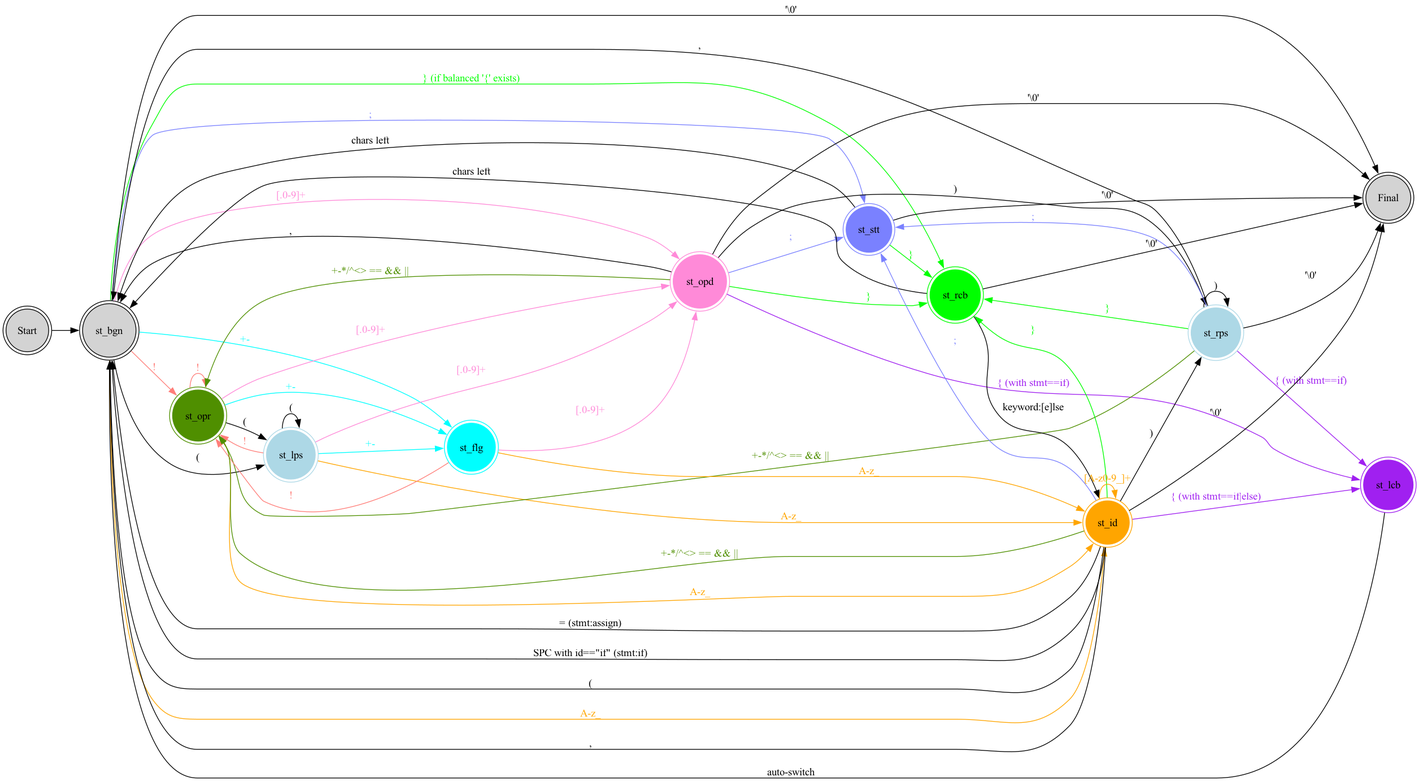
Above: state_transition.png in jacoolee/calc (Graphviz), before the change. Its source is kept beside it as state_transition.dot. Its diagram source:
```dot
digraph G {
    rankdir=LR;
    {
        st_start [shape=circle,peripheries=2,style=filled, label="Start"]
        st_bgn [shape=circle,peripheries=2,style=filled,label="st_bgn"]
        st_opr [shape=circle,peripheries=2,color="#4f8f00",style=filled,label="st_opr"]
        st_opd [shape=circle,peripheries=2,color="#ff8ad8",style=filled,label="st_opd"]
        st_lps [shape=circle,peripheries=2,color="lightblue",style=filled,label="st_lps"]
        st_rps [shape=circle,peripheries=2,color="lightblue",style=filled,label="st_rps"]
        st_lcb [shape=circle,peripheries=2,color="purple",style=filled,label="st_lcb"]
        st_rcb [shape=circle,peripheries=2,color="green",style=filled,label="st_rcb"]
        st_flg [shape=circle,peripheries=2,color="cyan",style=filled,label="st_flg"]
        st_id  [shape=circle,peripheries=2,color="orange",style=filled,label="st_id"]
        st_stt [shape=circle,peripheries=2,color="#7a81ff",style=filled,label="st_stt"] // statement terminal
        st_fin [shape=circle,peripheries=2,style=filled,label="Final"]

        st_start -> st_bgn;

        st_bgn -> st_opd[label="[.0-9]+", color="#ff8ad8", fontcolor="#ff8ad8"];
        st_bgn -> st_lps[label="("];
        st_bgn -> st_flg[label="+-",color="cyan",fontcolor="cyan"];
        st_bgn -> st_id[label="A-z_", color="orange", fontcolor="orange"];
        st_bgn -> st_opr[label="!",color="#ff7e79",fontcolor="#ff7e79"];
        st_bgn -> st_rcb[label="} (if balanced '{' exists)",color="green",fontcolor="green"];
        st_bgn -> st_stt[label=";",color="#7a81ff",fontcolor="#7a81ff"];
        st_bgn -> st_fin[label="'\\0'"];

        st_opd -> st_opr[label="+-*/^<> == && ||", color="#4f8f00", fontcolor="#4f8f00"];
        st_opd -> st_rps[label=")"];
        st_opd -> st_bgn[label=","];
        st_opd -> st_lcb[label="{ (with stmt==if)",color="purple",fontcolor="purple"];
        st_opd -> st_rcb[label="}",color="green",fontcolor="green"];
        st_opd -> st_stt[label=";",color="#7a81ff",fontcolor="#7a81ff"];
        st_opd -> st_fin[label="'\\0'"];

        st_opr -> st_opd[label="[.0-9]+", color="#ff8ad8", fontcolor="#ff8ad8"];
        st_opr -> st_lps[label="("];
        st_opr -> st_flg[label="+-",color="cyan",fontcolor="cyan"];
        st_opr -> st_id[label="A-z_", color="orange", fontcolor="orange"];
        st_opr -> st_opr[label="!",color="#ff7e79",fontcolor="#ff7e79"];

        st_lps -> st_opd[label="[.0-9]+", color="#ff8ad8", fontcolor="#ff8ad8"];
        st_lps -> st_lps[label="("];
        st_lps -> st_flg[label="+-",color="cyan",fontcolor="cyan"];
        st_lps -> st_id[label="A-z_", color="orange", fontcolor="orange"];
        st_lps -> st_opr[label="!",color="#ff7e79",fontcolor="#ff7e79"];

        st_rps -> st_opr[label="+-*/^<> == && ||", color="#4f8f00", fontcolor="#4f8f00"];
        st_rps -> st_rps[label=")"];
        st_rps -> st_bgn[label=","];
        st_rps -> st_lcb[label="{ (with stmt==if)",color="purple",fontcolor="purple"];
        st_rps -> st_rcb[label="}",color="green",fontcolor="green"];
        st_rps -> st_stt[label=";",color="#7a81ff",fontcolor="#7a81ff"];
        st_rps -> st_fin[label="'\\0'"];

        st_flg -> st_opd[label="[.0-9]+", color="#ff8ad8", fontcolor="#ff8ad8"];
        st_flg -> st_id[label="A-z_", color="orange", fontcolor="orange"];
        st_flg -> st_opr[label="!",color="#ff7e79",fontcolor="#ff7e79"];

        st_id -> st_id[label="[A-z0-9_]+", color="orange", fontcolor="orange"];
        st_id -> st_bgn[label="("];
        st_id -> st_opr[label="+-*/^<> == && ||", color="#4f8f00", fontcolor="#4f8f00"];
        st_id -> st_rps[label=")"];
        st_id -> st_bgn[label=","];
        st_id -> st_bgn[label="= (stmt:assign)"];
        st_id -> st_bgn[label="SPC with id==\"if\" (stmt:if)"];
        st_id -> st_lcb[label="{ (with stmt==if|else)",color="purple",fontcolor="purple"];
        st_id -> st_rcb[label="}",color="green",fontcolor="green"];
        st_id -> st_stt[label=";",color="#7a81ff",fontcolor="#7a81ff"];
        st_id -> st_fin[label="'\\0'"];

        st_lcb -> st_bgn[label="auto-switch"];

        st_rcb -> st_id[label="keyword:[e]lse"];
        st_rcb -> st_bgn[label="chars left"];
        st_rcb -> st_fin[label="'\\0'"];

        st_stt -> st_bgn[label="chars left"];
        st_stt -> st_rcb[label="}",color="green",fontcolor="green"];
        st_stt -> st_fin[label="'\\0'"];
    }
}
```
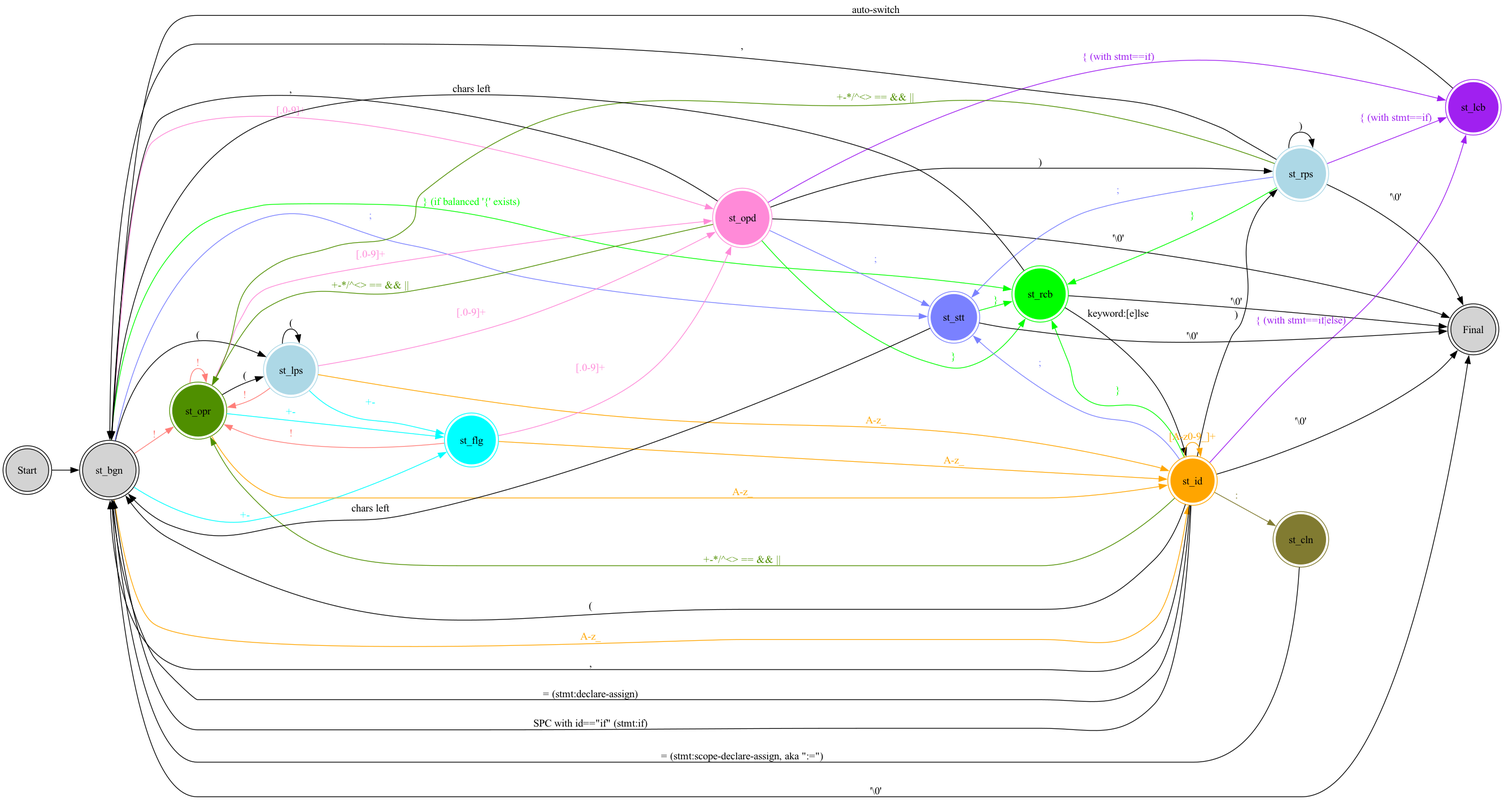
Later version of the same file.

Commit message:
store: #scope_declare.

What changed in the source:
```diff
@@ -11,6 +11,7 @@
         st_rcb [shape=circle,peripheries=2,color="green",style=filled,label="st_rcb"]
         st_flg [shape=circle,peripheries=2,color="cyan",style=filled,label="st_flg"]
         st_id  [shape=circle,peripheries=2,color="orange",style=filled,label="st_id"]
+        st_cln [shape=circle,peripheries=2,color="#817b31",style=filled,label="st_cln"]
         st_stt [shape=circle,peripheries=2,color="#7a81ff",style=filled,label="st_stt"] // statement terminal
         st_fin [shape=circle,peripheries=2,style=filled,label="Final"]
 
@@ -62,10 +63,11 @@
         st_id -> st_opr[label="+-*/^<> == && ||", color="#4f8f00", fontcolor="#4f8f00"];
         st_id -> st_rps[label=")"];
         st_id -> st_bgn[label=","];
-        st_id -> st_bgn[label="= (stmt:assign)"];
+        st_id -> st_bgn[label="= (stmt:declare-assign)"];
         st_id -> st_bgn[label="SPC with id==\"if\" (stmt:if)"];
         st_id -> st_lcb[label="{ (with stmt==if|else)",color="purple",fontcolor="purple"];
         st_id -> st_rcb[label="}",color="green",fontcolor="green"];
+        st_id -> st_cln[label=":",color="#817b31",fontcolor="#817b31"];
         st_id -> st_stt[label=";",color="#7a81ff",fontcolor="#7a81ff"];
         st_id -> st_fin[label="'\\0'"];
 
@@ -75,6 +77,8 @@
         st_rcb -> st_bgn[label="chars left"];
         st_rcb -> st_fin[label="'\\0'"];
 
+        st_cln -> st_bgn[label="= (stmt:scope-declare-assign, aka \":=\")"];
+
         st_stt -> st_bgn[label="chars left"];
         st_stt -> st_rcb[label="}",color="green",fontcolor="green"];
         st_stt -> st_fin[label="'\\0'"];
```
